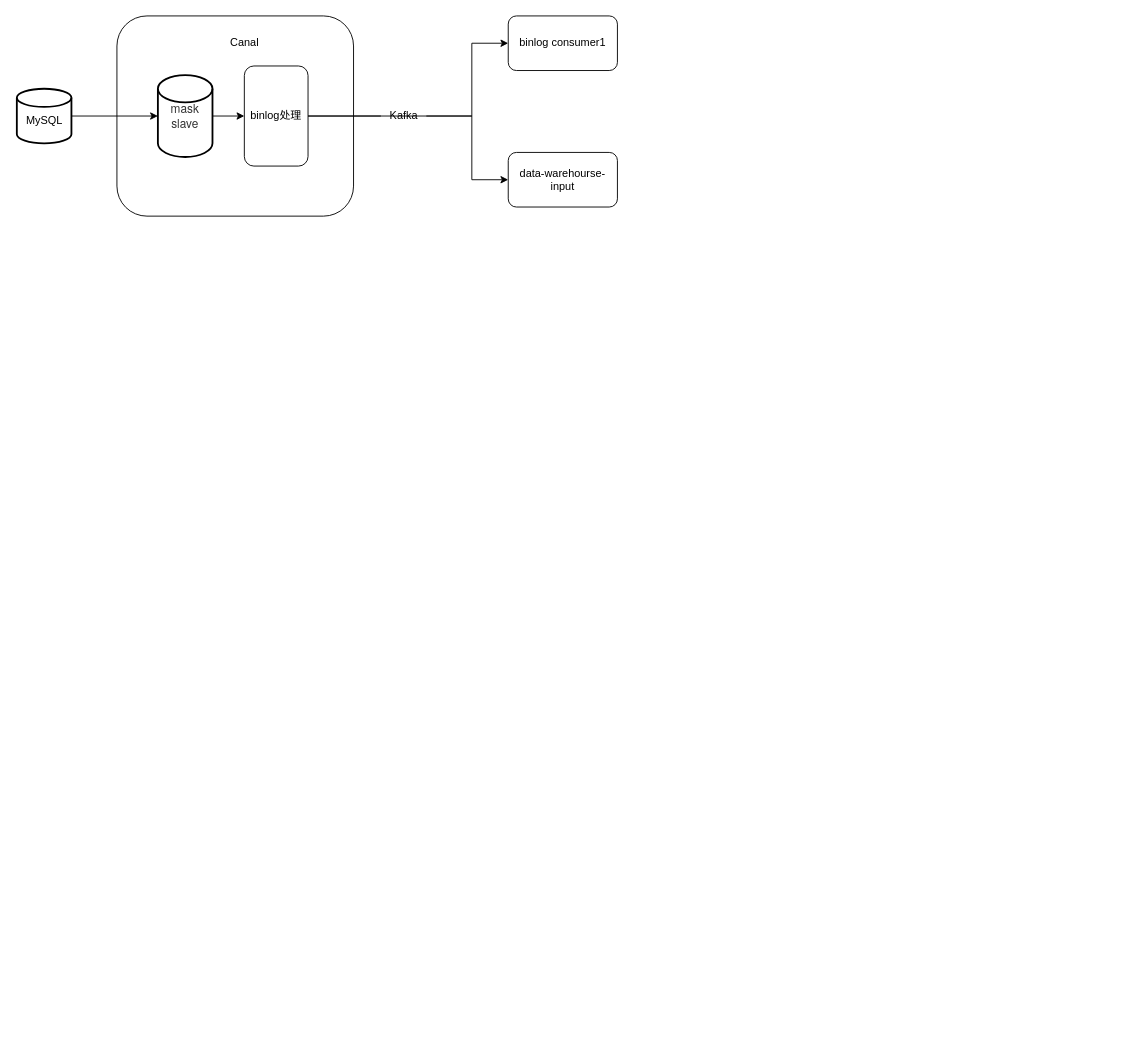
This is Untitled Diagram.drawio from deerio/draw-io, a draw.io file, before an edit. Source tidied: cells renumbered, new cells numbered last; positions are measured from the earlier drawing's top-left corner, leaving out a move shared by most shapes. Both pictures are drawn from the tidied source at 91%, with x=0, y=0 at pixel (16, 15).
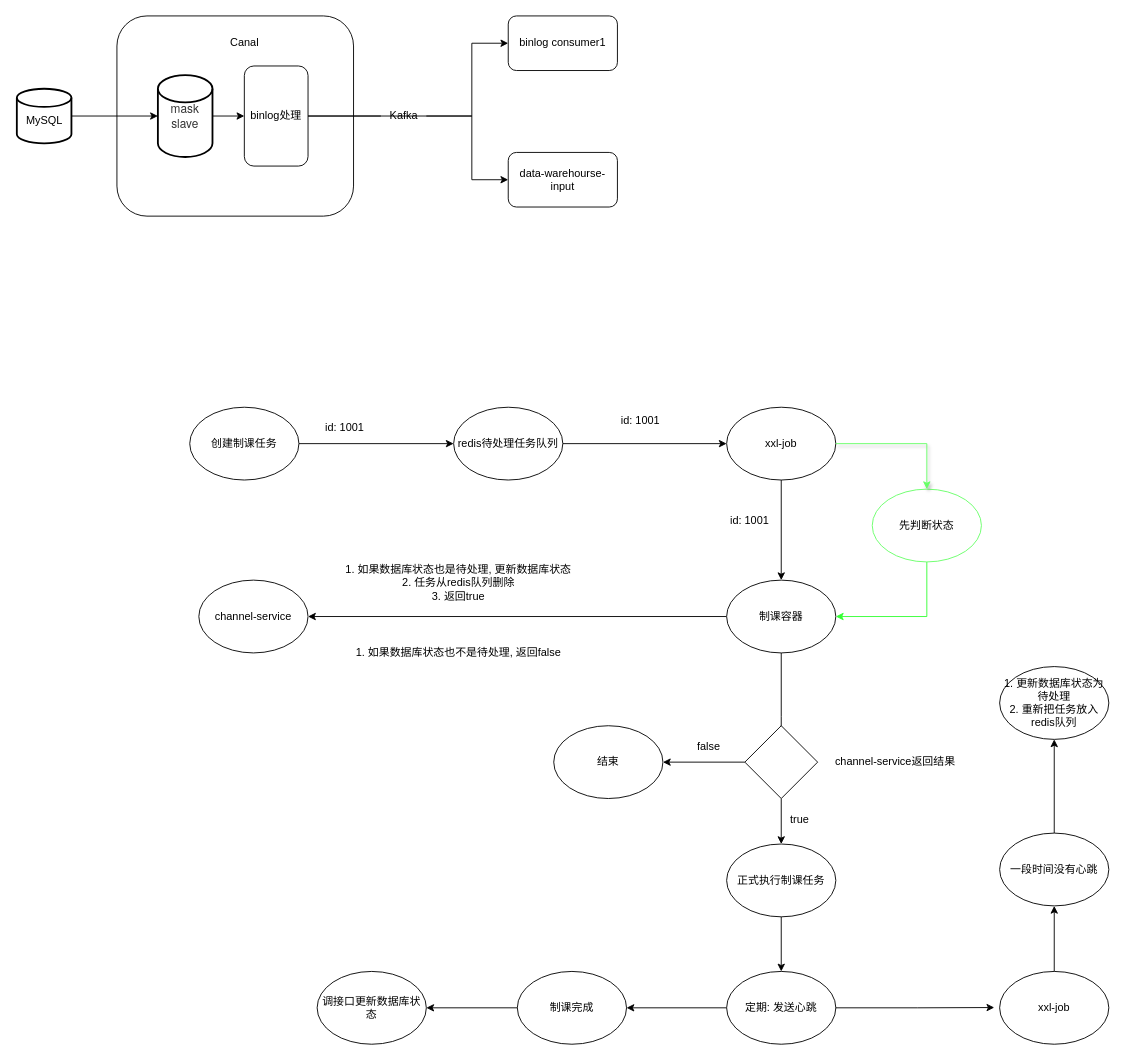
The same diagram, later.

The edit, as a diff of the source:
```diff
@@
+    <mxCell id="16" style="edgeStyle=orthogonalEdgeStyle;rounded=0;jettySize=auto;html=1;exitX=1;exitY=0.5;exitDx=0;exitDy=0;entryX=0;entryY=0.5;entryDx=0;entryDy=0;" parent="1" edge="1" source="17" target="19">
+      <mxGeometry relative="1" as="geometry" />
+    </mxCell>
+    <mxCell id="17" value="创建制课任务" style="ellipse;whiteSpace=wrap;html=1;" parent="1" vertex="1">
+      <mxGeometry x="190" y="430" width="120" height="80" as="geometry" />
+    </mxCell>
+    <mxCell id="18" style="edgeStyle=orthogonalEdgeStyle;rounded=0;jettySize=auto;html=1;exitX=1;exitY=0.5;exitDx=0;exitDy=0;entryX=0;entryY=0.5;entryDx=0;entryDy=0;" parent="1" edge="1" source="19" target="22">
+      <mxGeometry relative="1" as="geometry" />
+    </mxCell>
+    <mxCell id="19" value="redis待处理任务队列" style="ellipse;whiteSpace=wrap;html=1;" parent="1" vertex="1">
+      <mxGeometry x="480" y="430" width="120" height="80" as="geometry" />
+    </mxCell>
+    <mxCell id="20" value="id: 1001" style="text;html=1;align=center;verticalAlign=middle;strokeColor=none;fillColor=none;" parent="1" vertex="1">
+      <mxGeometry x="325" y="438" width="70" height="30" as="geometry" />
+    </mxCell>
+    <mxCell id="21" style="edgeStyle=orthogonalEdgeStyle;rounded=0;jettySize=auto;html=1;exitX=0.5;exitY=1;exitDx=0;exitDy=0;" parent="1" edge="1" source="22" target="25">
+      <mxGeometry relative="1" as="geometry" />
+    </mxCell>
+    <mxCell id="22" value="xxl-job" style="ellipse;whiteSpace=wrap;html=1;" parent="1" vertex="1">
+      <mxGeometry x="780" y="430" width="120" height="80" as="geometry" />
+    </mxCell>
+    <mxCell id="23" style="edgeStyle=orthogonalEdgeStyle;rounded=0;jettySize=auto;html=1;exitX=0;exitY=0.5;exitDx=0;exitDy=0;entryX=1;entryY=0.5;entryDx=0;entryDy=0;" parent="1" edge="1" source="25" target="28">
+      <mxGeometry relative="1" as="geometry" />
+    </mxCell>
+    <mxCell id="24" style="edgeStyle=orthogonalEdgeStyle;rounded=0;jettySize=auto;html=1;exitX=0.5;exitY=1;exitDx=0;exitDy=0;entryX=0.5;entryY=0;entryDx=0;entryDy=0;" parent="1" edge="1" source="25">
+      <mxGeometry relative="1" as="geometry">
+        <mxPoint x="840" y="840" as="targetPoint" />
+      </mxGeometry>
+    </mxCell>
+    <mxCell id="25" value="制课容器" style="ellipse;whiteSpace=wrap;html=1;" parent="1" vertex="1">
+      <mxGeometry x="780" y="620" width="120" height="80" as="geometry" />
+    </mxCell>
+    <mxCell id="26" value="id: 1001" style="text;html=1;align=center;verticalAlign=middle;strokeColor=none;fillColor=none;" parent="1" vertex="1">
+      <mxGeometry x="650" y="430" width="70" height="30" as="geometry" />
+    </mxCell>
+    <mxCell id="27" value="id: 1001" style="text;html=1;align=center;verticalAlign=middle;strokeColor=none;fillColor=none;" parent="1" vertex="1">
+      <mxGeometry x="770" y="540" width="70" height="30" as="geometry" />
+    </mxCell>
+    <mxCell id="28" value="channel-service" style="ellipse;whiteSpace=wrap;html=1;" parent="1" vertex="1">
+      <mxGeometry x="200" y="620" width="120" height="80" as="geometry" />
+    </mxCell>
+    <mxCell id="29" value="1. 如果数据库状态也是待处理, 更新数据库状态&lt;br&gt;2. 任务从redis队列删除&lt;br&gt;3. 返回true" style="text;html=1;align=center;verticalAlign=middle;strokeColor=none;fillColor=none;" parent="1" vertex="1">
+      <mxGeometry x="350" y="593" width="270" height="60" as="geometry" />
+    </mxCell>
+    <mxCell id="30" value="1. 如果数据库状态也不是待处理, 返回false" style="text;html=1;align=center;verticalAlign=middle;strokeColor=none;fillColor=none;" parent="1" vertex="1">
+      <mxGeometry x="360" y="685" width="250" height="30" as="geometry" />
+    </mxCell>
+    <mxCell id="31" value="channel-service返回结果" style="text;html=1;align=center;verticalAlign=middle;strokeColor=none;fillColor=none;" parent="1" vertex="1">
+      <mxGeometry x="885" y="805" width="160" height="30" as="geometry" />
+    </mxCell>
+    <mxCell id="32" style="edgeStyle=orthogonalEdgeStyle;rounded=0;jettySize=auto;html=1;exitX=0;exitY=0.5;exitDx=0;exitDy=0;entryX=1;entryY=0.5;entryDx=0;entryDy=0;" parent="1" edge="1" source="34" target="35">
+      <mxGeometry relative="1" as="geometry" />
+    </mxCell>
+    <mxCell id="33" style="edgeStyle=orthogonalEdgeStyle;rounded=0;jettySize=auto;html=1;exitX=0.5;exitY=1;exitDx=0;exitDy=0;entryX=0.5;entryY=0;entryDx=0;entryDy=0;" parent="1" edge="1" source="34" target="38">
+      <mxGeometry relative="1" as="geometry" />
+    </mxCell>
+    <mxCell id="34" style="rhombus;whiteSpace=wrap;html=1;" parent="1" vertex="1">
+      <mxGeometry x="800" y="780" width="80" height="80" as="geometry" />
+    </mxCell>
+    <mxCell id="35" value="结束" style="ellipse;whiteSpace=wrap;html=1;" parent="1" vertex="1">
+      <mxGeometry x="590" y="780" width="120" height="80" as="geometry" />
+    </mxCell>
+    <mxCell id="36" value="false" style="text;html=1;align=center;verticalAlign=middle;strokeColor=none;fillColor=none;" parent="1" vertex="1">
+      <mxGeometry x="735" y="788" width="50" height="30" as="geometry" />
+    </mxCell>
+    <mxCell id="37" style="edgeStyle=orthogonalEdgeStyle;rounded=0;jettySize=auto;html=1;exitX=0.5;exitY=1;exitDx=0;exitDy=0;" parent="1" edge="1" source="38" target="40">
+      <mxGeometry relative="1" as="geometry" />
+    </mxCell>
+    <mxCell id="38" value="正式执行制课任务" style="ellipse;whiteSpace=wrap;html=1;" parent="1" vertex="1">
+      <mxGeometry x="780" y="910" width="120" height="80" as="geometry" />
+    </mxCell>
+    <mxCell id="39" style="edgeStyle=orthogonalEdgeStyle;rounded=0;jettySize=auto;html=1;exitX=0;exitY=0.5;exitDx=0;exitDy=0;" parent="1" edge="1" source="40" target="42">
+      <mxGeometry relative="1" as="geometry" />
+    </mxCell>
+    <mxCell id="40" value="定期: 发送心跳" style="ellipse;whiteSpace=wrap;html=1;" parent="1" vertex="1">
+      <mxGeometry x="780" y="1050" width="120" height="80" as="geometry" />
+    </mxCell>
+    <mxCell id="41" style="edgeStyle=orthogonalEdgeStyle;rounded=0;jettySize=auto;html=1;exitX=0;exitY=0.5;exitDx=0;exitDy=0;entryX=1;entryY=0.5;entryDx=0;entryDy=0;" parent="1" edge="1" source="42" target="44">
+      <mxGeometry relative="1" as="geometry" />
+    </mxCell>
+    <mxCell id="42" value="制课完成" style="ellipse;whiteSpace=wrap;html=1;" parent="1" vertex="1">
+      <mxGeometry x="550" y="1050" width="120" height="80" as="geometry" />
+    </mxCell>
+    <mxCell id="43" value="true" style="text;html=1;align=center;verticalAlign=middle;strokeColor=none;fillColor=none;" parent="1" vertex="1">
+      <mxGeometry x="840" y="868" width="40" height="30" as="geometry" />
+    </mxCell>
+    <mxCell id="44" value="调接口更新数据库状态" style="ellipse;whiteSpace=wrap;html=1;" parent="1" vertex="1">
+      <mxGeometry x="330" y="1050" width="120" height="80" as="geometry" />
+    </mxCell>
+    <mxCell id="45" style="edgeStyle=orthogonalEdgeStyle;rounded=0;jettySize=auto;html=1;entryX=0.5;entryY=1;entryDx=0;entryDy=0;" parent="1" edge="1" source="46" target="49">
+      <mxGeometry relative="1" as="geometry" />
+    </mxCell>
+    <mxCell id="46" value="xxl-job" style="ellipse;whiteSpace=wrap;html=1;" parent="1" vertex="1">
+      <mxGeometry x="1080" y="1050" width="120" height="80" as="geometry" />
+    </mxCell>
+    <mxCell id="47" style="edgeStyle=orthogonalEdgeStyle;rounded=0;jettySize=auto;html=1;exitX=1;exitY=0.5;exitDx=0;exitDy=0;entryX=-0.049;entryY=0.496;entryDx=0;entryDy=0;entryPerimeter=0;" parent="1" edge="1" source="40" target="46">
+      <mxGeometry relative="1" as="geometry" />
+    </mxCell>
+    <mxCell id="48" style="edgeStyle=orthogonalEdgeStyle;rounded=0;jettySize=auto;html=1;entryX=0.5;entryY=1;entryDx=0;entryDy=0;" parent="1" edge="1" source="49" target="50">
+      <mxGeometry relative="1" as="geometry" />
+    </mxCell>
+    <mxCell id="49" value="一段时间没有心跳" style="ellipse;whiteSpace=wrap;html=1;" parent="1" vertex="1">
+      <mxGeometry x="1080" y="898" width="120" height="80" as="geometry" />
+    </mxCell>
+    <mxCell id="50" value="1. 更新数据库状态为待处理&lt;br&gt;2. 重新把任务放入redis队列" style="ellipse;whiteSpace=wrap;html=1;" parent="1" vertex="1">
+      <mxGeometry x="1080" y="715" width="120" height="80" as="geometry" />
+    </mxCell>
+    <mxCell id="51" style="edgeStyle=orthogonalEdgeStyle;rounded=0;jettySize=auto;html=1;exitX=0.5;exitY=1;exitDx=0;exitDy=0;entryX=1;entryY=0.5;entryDx=0;entryDy=0;strokeColor=#33FF33;" parent="1" edge="1" source="52" target="25">
+      <mxGeometry relative="1" as="geometry" />
+    </mxCell>
+    <mxCell id="52" value="先判断状态" style="ellipse;whiteSpace=wrap;html=1;strokeColor=#66FF66;" parent="1" vertex="1">
+      <mxGeometry x="940" y="520" width="120" height="80" as="geometry" />
+    </mxCell>
+    <mxCell id="53" style="edgeStyle=orthogonalEdgeStyle;rounded=0;jettySize=auto;html=1;exitX=1;exitY=0.5;exitDx=0;exitDy=0;entryX=0.5;entryY=0;entryDx=0;entryDy=0;shadow=1;strokeColor=#66FF66;" parent="1" edge="1" source="22" target="52">
+      <mxGeometry relative="1" as="geometry" />
+    </mxCell>
```
